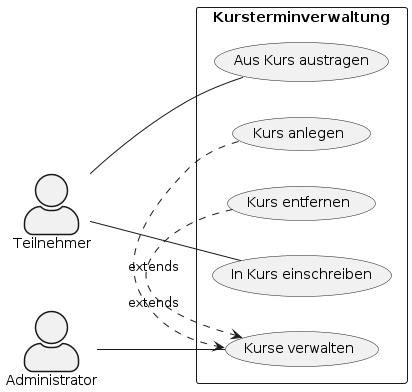
Earlier version of the PlantUML export images/ucd.png (2223-3bhif-syp/02-projekte-kurstermine). The source it was exported from:
```plantuml
@startuml
skinparam actorstyle awesome
left to right direction

actor "Teilnehmer" as tn
actor "Administrator" as adm

rectangle Kursterminverwaltung {
    usecase "Aus Kurs austragen" as at
    usecase "In Kurs einschreiben" as et
    usecase "Kurse verwalten" as kv
    usecase "Kurs anlegen" as ka
    usecase "Kurs entfernen" as ke

    tn -- et
    tn -- at
    adm -- kv
    ka .> kv : extends
    ke .> kv : extends
}


@enduml
```
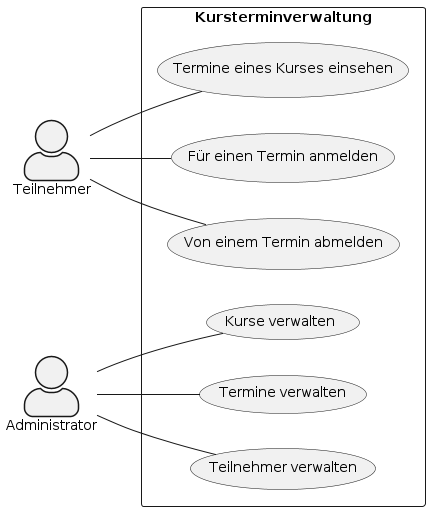
Later version of the same file.

The edit, as a diff of the source:
```diff
@@ -6,17 +6,19 @@
 actor "Administrator" as adm
 
 rectangle Kursterminverwaltung {
-    usecase "Aus Kurs austragen" as at
-    usecase "In Kurs einschreiben" as et
+    usecase "Termine eines Kurses einsehen" as te
+    usecase "Für einen Termin anmelden" as an
+    usecase "Von einem Termin abmelden" as ab
     usecase "Kurse verwalten" as kv
-    usecase "Kurs anlegen" as ka
-    usecase "Kurs entfernen" as ke
+    usecase "Termine verwalten" as tv
+    usecase "Teilnehmer verwalten" as tw
 
-    tn -- et
-    tn -- at
+    tn -- te
+    tn -- an
+    tn -- ab
     adm -- kv
-    ka .> kv : extends
-    ke .> kv : extends
+    adm -- tw
+    adm -- tv
 }
 
 
```
